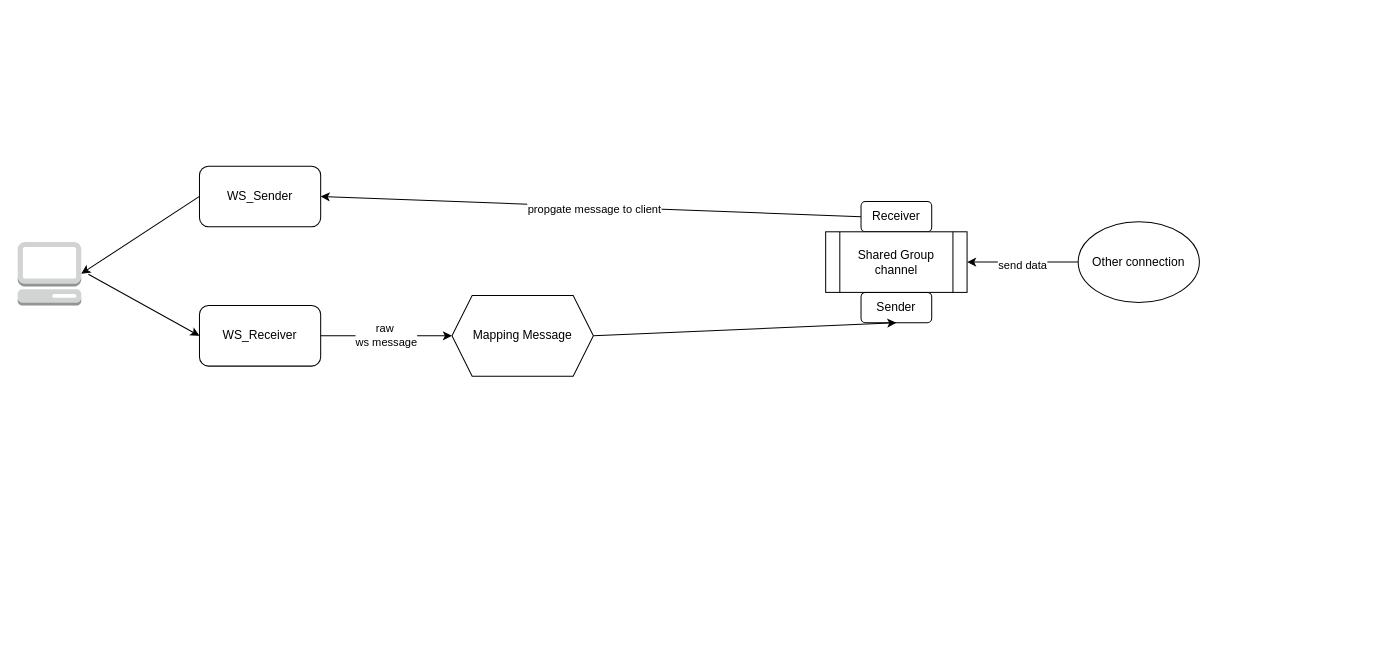
The draw.io diagram page "Workflow" (1 of 2) of doc/HandleChatSocket.drawio in tienphuckx/anony-box-backbone, before the edit. Source tidied: cells renumbered, new cells numbered last; positions are measured from the earlier drawing's top-left corner, leaving out a move shared by most shapes. Both pictures are drawn from the tidied source at 101%, with x=0, y=0 at pixel (17, 166).
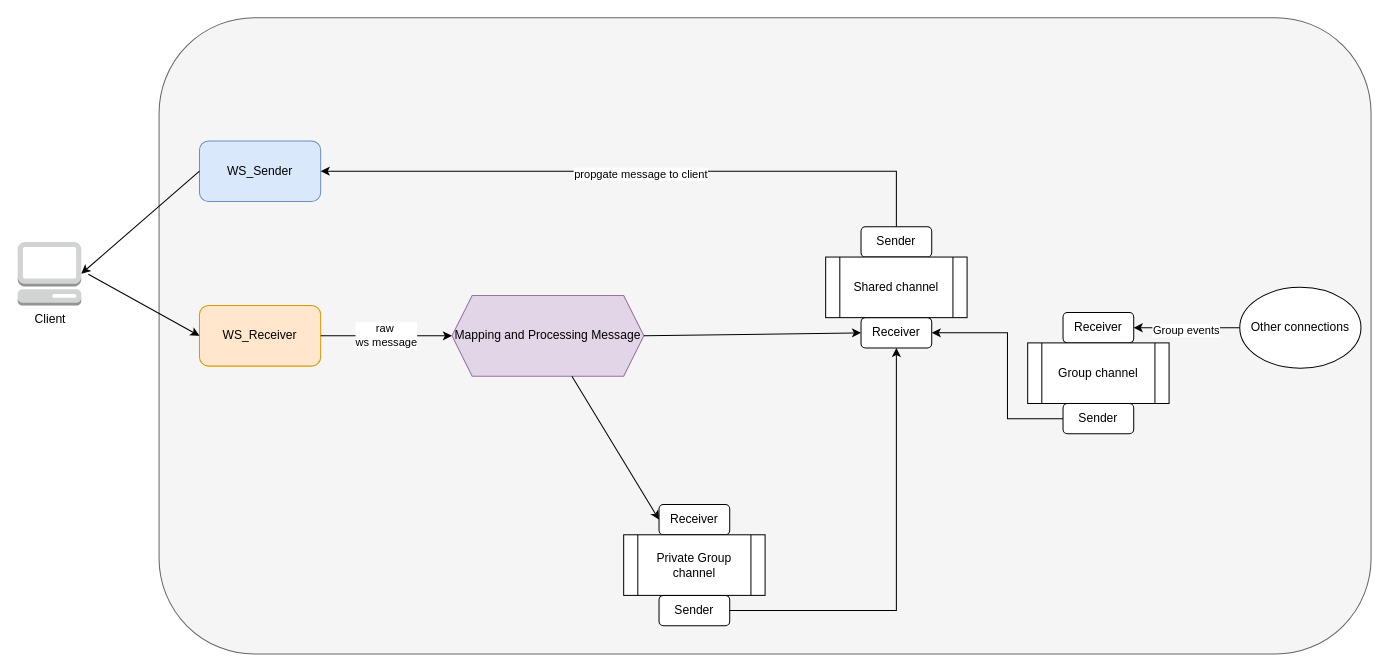
Above is the later version.

Diff of the diagram source:
```diff
@@
+    <mxCell id="19" style="rounded=1;whiteSpace=wrap;html=1;fillColor=#f5f5f5;fontColor=#333333;strokeColor=#666666;" parent="1" vertex="1">
+      <mxGeometry x="140" y="-147" width="1200" height="630" as="geometry" />
+    </mxCell>
-    <mxCell id="2" value="WS_Sender" style="rounded=1;whiteSpace=wrap;html=1;" parent="1" vertex="1">
-      <mxGeometry x="180" width="120" height="60" as="geometry" />
+    <mxCell id="2" value="WS_Sender" style="rounded=1;whiteSpace=wrap;html=1;fillColor=#dae8fc;strokeColor=#6c8ebf;" parent="1" vertex="1">
+      <mxGeometry x="180" y="-25" width="120" height="60" as="geometry" />
     </mxCell>
-    <mxCell id="3" value="WS_Receiver" style="rounded=1;whiteSpace=wrap;html=1;" parent="1" vertex="1">
+    <mxCell id="3" value="WS_Receiver" style="rounded=1;whiteSpace=wrap;html=1;fillColor=#ffe6cc;strokeColor=#d79b00;" parent="1" vertex="1">
       <mxGeometry x="180" y="138" width="120" height="60" as="geometry" />
     </mxCell>
-    <mxCell id="4" style="outlineConnect=0;dashed=0;verticalLabelPosition=bottom;verticalAlign=top;align=center;html=1;shape=mxgraph.aws3.management_console;fillColor=#D2D3D3;gradientColor=none;" parent="1" vertex="1">
+    <mxCell id="4" value="Client" style="outlineConnect=0;dashed=0;verticalLabelPosition=bottom;verticalAlign=top;align=center;html=1;shape=mxgraph.aws3.management_console;fillColor=#D2D3D3;gradientColor=none;" parent="1" vertex="1">
       <mxGeometry y="75" width="63" height="63" as="geometry" />
     </mxCell>
@@
-    <mxCell id="7" value="Mapping Message" style="shape=hexagon;perimeter=hexagonPerimeter2;whiteSpace=wrap;html=1;fixedSize=1;" parent="1" vertex="1">
-      <mxGeometry x="430" y="128" width="140" height="80" as="geometry" />
+    <mxCell id="7" value="Mapping and Processing Message" style="shape=hexagon;perimeter=hexagonPerimeter2;whiteSpace=wrap;html=1;fixedSize=1;fillColor=#e1d5e7;strokeColor=#9673a6;" parent="1" vertex="1">
+      <mxGeometry x="430" y="128" width="190" height="80" as="geometry" />
     </mxCell>
@@
-    <mxCell id="9" style="endArrow=classic;html=1;rounded=0;exitX=0;exitY=0.5;exitDx=0;exitDy=0;entryX=1;entryY=0.5;entryDx=0;entryDy=0;" parent="1" edge="1" source="12" target="2">
-      <mxGeometry relative="1" as="geometry" />
+    <mxCell id="9" style="endArrow=classic;html=1;rounded=0;exitX=0.5;exitY=0;exitDx=0;exitDy=0;entryX=1;entryY=0.5;entryDx=0;entryDy=0;" parent="1" edge="1" source="12" target="2">
+      <mxGeometry relative="1" as="geometry">
+        <Array as="points">
+          <mxPoint x="870" y="5" />
+        </Array>
+      </mxGeometry>
     </mxCell>
@@
     <mxCell id="11" style="group;" parent="1" vertex="1">
-      <mxGeometry x="800" y="35" width="140" height="120" as="geometry" />
+      <mxGeometry x="800" y="60" width="140" height="120" as="geometry" />
     </mxCell>
-    <mxCell id="12" value="Receiver" style="rounded=1;whiteSpace=wrap;html=1;" parent="11" vertex="1">
+    <mxCell id="12" value="Sender" style="rounded=1;whiteSpace=wrap;html=1;" parent="11" vertex="1">
       <mxGeometry x="35" width="70" height="30" as="geometry" />
     </mxCell>
-    <mxCell id="13" value="Shared Group channel" style="shape=process;whiteSpace=wrap;html=1;backgroundOutline=1;" parent="11" vertex="1">
+    <mxCell id="13" value="Shared channel" style="shape=process;whiteSpace=wrap;html=1;backgroundOutline=1;" parent="11" vertex="1">
       <mxGeometry y="30" width="140" height="60" as="geometry" />
     </mxCell>
-    <mxCell id="14" value="&lt;div&gt;Sender&lt;/div&gt;" style="rounded=1;whiteSpace=wrap;html=1;" parent="11" vertex="1">
+    <mxCell id="14" value="&lt;div&gt;Receiver&lt;/div&gt;" style="rounded=1;whiteSpace=wrap;html=1;" parent="11" vertex="1">
       <mxGeometry x="35" y="90" width="70" height="30" as="geometry" />
     </mxCell>
-    <mxCell id="15" style="edgeStyle=orthogonalEdgeStyle;rounded=0;jettySize=auto;html=1;entryX=1;entryY=0.5;entryDx=0;entryDy=0;" parent="1" edge="1" source="17" target="13">
-      <mxGeometry relative="1" as="geometry" />
+    <mxCell id="15" style="edgeStyle=orthogonalEdgeStyle;rounded=0;jettySize=auto;html=1;entryX=1;entryY=0.5;entryDx=0;entryDy=0;" parent="1" edge="1" source="17" target="21">
+      <mxGeometry relative="1" as="geometry">
+        <Array as="points">
+          <mxPoint x="1170" y="160" />
+        </Array>
+      </mxGeometry>
     </mxCell>
-    <mxCell id="16" value="send data" style="edgeLabel;html=1;align=center;verticalAlign=middle;" parent="15" vertex="1">
+    <mxCell id="16" value="Group events" style="edgeLabel;html=1;align=center;verticalAlign=middle;" parent="15" vertex="1">
       <mxGeometry x="0.02" y="2" relative="1" as="geometry" />
     </mxCell>
-    <mxCell id="17" value="Other connection" style="ellipse;whiteSpace=wrap;html=1;" parent="1" vertex="1">
-      <mxGeometry x="1050" y="55" width="120" height="80" as="geometry" />
+    <mxCell id="17" value="Other connections" style="ellipse;whiteSpace=wrap;html=1;" parent="1" vertex="1">
+      <mxGeometry x="1210" y="120" width="120" height="80" as="geometry" />
     </mxCell>
-    <mxCell id="18" style="endArrow=classic;html=1;rounded=0;exitX=1;exitY=0.5;exitDx=0;exitDy=0;entryX=0.5;entryY=1;entryDx=0;entryDy=0;" parent="1" edge="1" source="7" target="14">
+    <mxCell id="18" style="endArrow=classic;html=1;rounded=0;exitX=1;exitY=0.5;exitDx=0;exitDy=0;entryX=0;entryY=0.5;entryDx=0;entryDy=0;" parent="1" edge="1" source="7" target="14">
       <mxGeometry relative="1" as="geometry" />
     </mxCell>
+    <mxCell id="20" style="group;" parent="1" vertex="1">
+      <mxGeometry x="1000" y="145" width="140" height="120" as="geometry" />
+    </mxCell>
+    <mxCell id="21" value="Receiver" style="rounded=1;whiteSpace=wrap;html=1;" parent="20" vertex="1">
+      <mxGeometry x="35" width="70" height="30" as="geometry" />
+    </mxCell>
+    <mxCell id="22" value="Group channel" style="shape=process;whiteSpace=wrap;html=1;backgroundOutline=1;" parent="20" vertex="1">
+      <mxGeometry y="30" width="140" height="60" as="geometry" />
+    </mxCell>
+    <mxCell id="23" value="&lt;div&gt;Sender&lt;/div&gt;" style="rounded=1;whiteSpace=wrap;html=1;" parent="20" vertex="1">
+      <mxGeometry x="35" y="90" width="70" height="30" as="geometry" />
+    </mxCell>
+    <mxCell id="24" style="group;" parent="1" vertex="1">
+      <mxGeometry x="600" y="335" width="140" height="120" as="geometry" />
+    </mxCell>
+    <mxCell id="25" value="Receiver" style="rounded=1;whiteSpace=wrap;html=1;" parent="24" vertex="1">
+      <mxGeometry x="35" width="70" height="30" as="geometry" />
+    </mxCell>
+    <mxCell id="26" value="Private Group channel" style="shape=process;whiteSpace=wrap;html=1;backgroundOutline=1;" parent="24" vertex="1">
+      <mxGeometry y="30" width="140" height="60" as="geometry" />
+    </mxCell>
+    <mxCell id="27" value="&lt;div&gt;Sender&lt;/div&gt;" style="rounded=1;whiteSpace=wrap;html=1;" parent="24" vertex="1">
+      <mxGeometry x="35" y="90" width="70" height="30" as="geometry" />
+    </mxCell>
+    <mxCell id="28" style="endArrow=classic;html=1;rounded=0;exitX=0;exitY=0.5;exitDx=0;exitDy=0;entryX=1;entryY=0.5;entryDx=0;entryDy=0;" parent="1" edge="1" source="23" target="14">
+      <mxGeometry relative="1" as="geometry">
+        <Array as="points">
+          <mxPoint x="980" y="250" />
+          <mxPoint x="980" y="165" />
+        </Array>
+      </mxGeometry>
+    </mxCell>
+    <mxCell id="29" style="endArrow=classic;html=1;rounded=0;exitX=0.625;exitY=1;exitDx=0;exitDy=0;entryX=0;entryY=0.5;entryDx=0;entryDy=0;" parent="1" edge="1" source="7" target="25">
+      <mxGeometry relative="1" as="geometry" />
+    </mxCell>
+    <mxCell id="30" style="endArrow=classic;html=1;rounded=0;exitX=1;exitY=0.5;exitDx=0;exitDy=0;entryX=0.5;entryY=1;entryDx=0;entryDy=0;" parent="1" edge="1" source="27" target="14">
+      <mxGeometry relative="1" as="geometry">
+        <Array as="points">
+          <mxPoint x="870" y="440" />
+          <mxPoint x="870" y="215" />
+        </Array>
+      </mxGeometry>
+    </mxCell>
```
